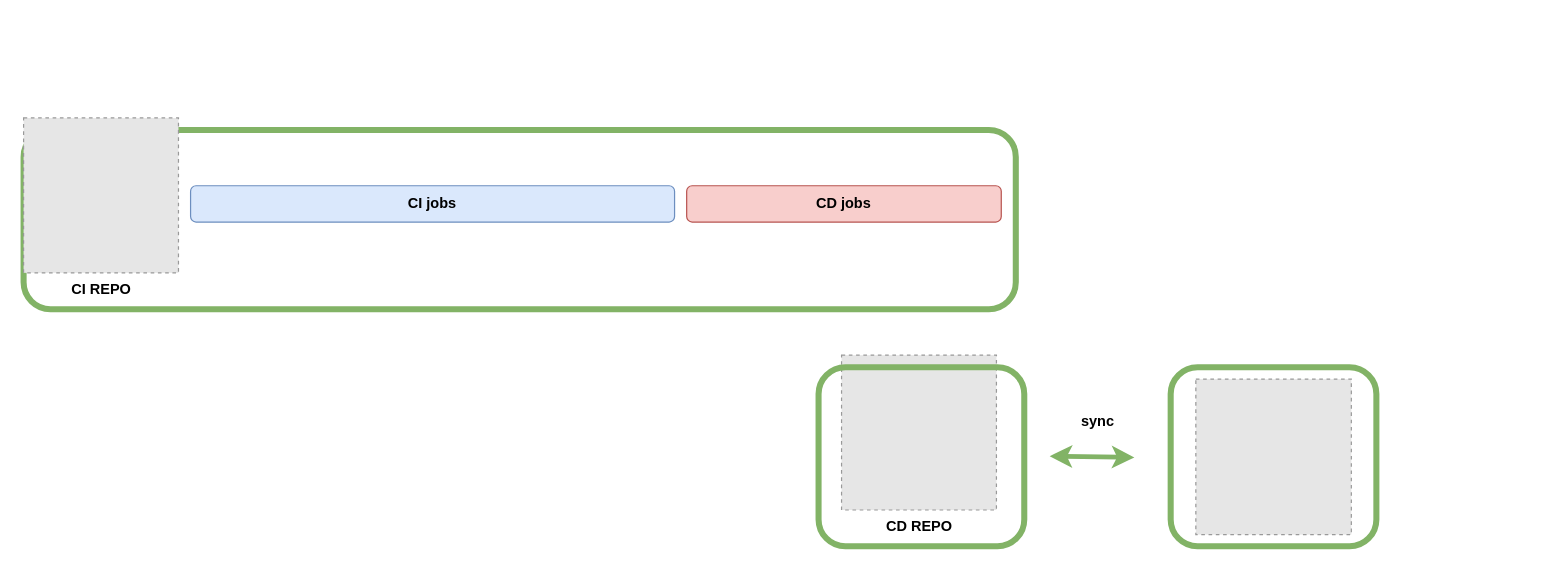
Earlier version of the draw.io diagram Biểu đồ không có tiêu đề.drawio (quanhk711/dev-test-). Source tidied: cells renumbered, new cells numbered last; positions are measured from the earlier drawing's top-left corner, leaving out a move shared by most shapes. Both pictures are drawn from the tidied source at 121%, with x=0, y=0 at pixel (23, 117). Pictures stored in the file or linked from it are replaced by grey dashed boxes.
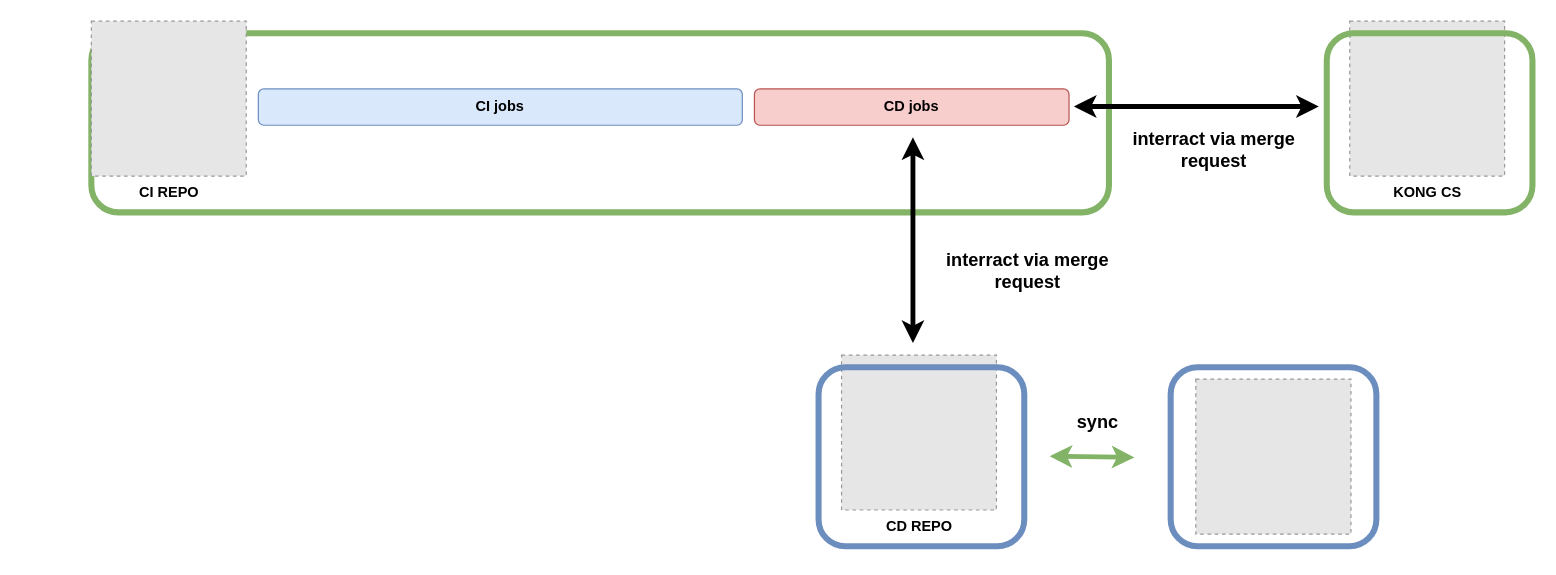
The same diagram, later.

Commit message:
Cập nhật Biểu đồ không có tiêu đề.drawio

Diff of the diagram source:
```diff
@@
     <mxCell id="2" style="rounded=1;whiteSpace=wrap;html=1;fillColor=none;strokeColor=#82b366;strokeWidth=5;" parent="1" vertex="1">
-      <mxGeometry y="10" width="820" height="148" as="geometry" />
+      <mxGeometry x="56" y="-70" width="841" height="148" as="geometry" />
     </mxCell>
     <mxCell id="3" value="&lt;b&gt;CI REPO&lt;/b&gt;" style="fillColor=#E6E6E6;strokeColor=#999999;dashed=1;html=1;verticalAlign=top;verticalLabelPosition=bottom;labelBackgroundColor=#ffffff;" parent="1" vertex="1">
-      <mxGeometry width="128" height="128" as="geometry" />
+      <mxGeometry x="56" y="-80" width="128" height="128" as="geometry" />
     </mxCell>
@@
     <mxCell id="5" value="&lt;b&gt;CI jobs&lt;/b&gt;" style="rounded=1;whiteSpace=wrap;html=1;fillColor=#dae8fc;strokeColor=#6c8ebf;" parent="1" vertex="1">
-      <mxGeometry x="138" y="56" width="400" height="30" as="geometry" />
+      <mxGeometry x="194" y="-24" width="400" height="30" as="geometry" />
     </mxCell>
     <mxCell id="6" value="&lt;b&gt;CD jobs&lt;/b&gt;" style="rounded=1;whiteSpace=wrap;html=1;fillColor=#f8cecc;strokeColor=#b85450;" parent="1" vertex="1">
-      <mxGeometry x="548" y="56" width="260" height="30" as="geometry" />
+      <mxGeometry x="604" y="-24" width="260" height="30" as="geometry" />
     </mxCell>
-    <mxCell id="7" style="rounded=1;whiteSpace=wrap;html=1;fillColor=none;strokeColor=#82b366;strokeWidth=5;" parent="1" vertex="1">
+    <mxCell id="7" style="rounded=1;whiteSpace=wrap;html=1;fillColor=none;strokeColor=#6c8ebf;strokeWidth=5;" parent="1" vertex="1">
       <mxGeometry x="657" y="206" width="170" height="148" as="geometry" />
     </mxCell>
     <mxCell id="8" style="fillColor=#E6E6E6;strokeColor=#999999;dashed=1;verticalLabelPosition=bottom;labelBackgroundColor=default;verticalAlign=top;" parent="1" vertex="1">
-      <mxGeometry x="968.8" y="215.8" width="128.5" height="128.5" as="geometry" />
+      <mxGeometry x="968.8" y="215.8" width="128.2" height="128.2" as="geometry" />
     </mxCell>
-    <mxCell id="9" style="rounded=1;whiteSpace=wrap;html=1;fillColor=none;strokeColor=#82b366;strokeWidth=5;" parent="1" vertex="1">
+    <mxCell id="9" style="rounded=1;whiteSpace=wrap;html=1;fillColor=none;strokeColor=#6c8ebf;strokeWidth=5;" parent="1" vertex="1">
       <mxGeometry x="948" y="206" width="170" height="148" as="geometry" />
     </mxCell>
@@
-    <mxCell id="11" value="&lt;b&gt;sync&lt;/b&gt;" style="text;html=1;strokeColor=none;fillColor=none;align=center;verticalAlign=middle;whiteSpace=wrap;rounded=0;" parent="1" vertex="1">
+    <mxCell id="11" value="&lt;b&gt;&lt;font style=&quot;font-size: 15px;&quot;&gt;sync&lt;/font&gt;&lt;/b&gt;" style="text;html=1;strokeColor=none;fillColor=none;align=center;verticalAlign=middle;whiteSpace=wrap;rounded=0;" parent="1" vertex="1">
       <mxGeometry x="858" y="236" width="60" height="30" as="geometry" />
     </mxCell>
+    <mxCell id="12" value="&lt;b&gt;KONG CS&lt;br&gt;&lt;/b&gt;" style="fillColor=#E6E6E6;strokeColor=#999999;dashed=1;html=1;verticalAlign=top;verticalLabelPosition=bottom;labelBackgroundColor=#ffffff;" parent="1" vertex="1">
+      <mxGeometry x="1096" y="-80" width="128" height="128" as="geometry" />
+    </mxCell>
+    <mxCell id="13" style="rounded=1;whiteSpace=wrap;html=1;fillColor=none;strokeColor=#82b366;strokeWidth=5;" parent="1" vertex="1">
+      <mxGeometry x="1077" y="-70" width="170" height="148" as="geometry" />
+    </mxCell>
+    <mxCell id="14" value="&lt;b&gt;&lt;font style=&quot;font-size: 15px;&quot;&gt;interract via merge request&lt;/font&gt;&lt;/b&gt;" style="text;html=1;strokeColor=none;fillColor=none;align=center;verticalAlign=middle;whiteSpace=wrap;rounded=0;" parent="1" vertex="1">
+      <mxGeometry x="743" y="106" width="174" height="40" as="geometry" />
+    </mxCell>
+    <mxCell id="15" style="endArrow=classic;startArrow=classic;html=1;rounded=0;strokeWidth=4;fillColor=#d5e8d4;strokeColor=#000000;" parent="1" edge="1">
+      <mxGeometry relative="1" as="geometry">
+        <mxPoint x="735" y="16" as="sourcePoint" />
+        <mxPoint x="735" y="186" as="targetPoint" />
+      </mxGeometry>
+    </mxCell>
+    <mxCell id="16" style="endArrow=classic;startArrow=classic;html=1;rounded=0;strokeWidth=4;fillColor=#d5e8d4;strokeColor=#000000;" parent="1" edge="1">
+      <mxGeometry relative="1" as="geometry">
+        <mxPoint x="868" y="-9.5" as="sourcePoint" />
+        <mxPoint x="1070.4" y="-9.5" as="targetPoint" />
+      </mxGeometry>
+    </mxCell>
+    <mxCell id="17" value="&lt;b&gt;&lt;font style=&quot;font-size: 15px;&quot;&gt;interract via merge request&lt;/font&gt;&lt;/b&gt;" style="text;html=1;strokeColor=none;fillColor=none;align=center;verticalAlign=middle;whiteSpace=wrap;rounded=0;" parent="1" vertex="1">
+      <mxGeometry x="897" y="6" width="174" height="40" as="geometry" />
+    </mxCell>
```
